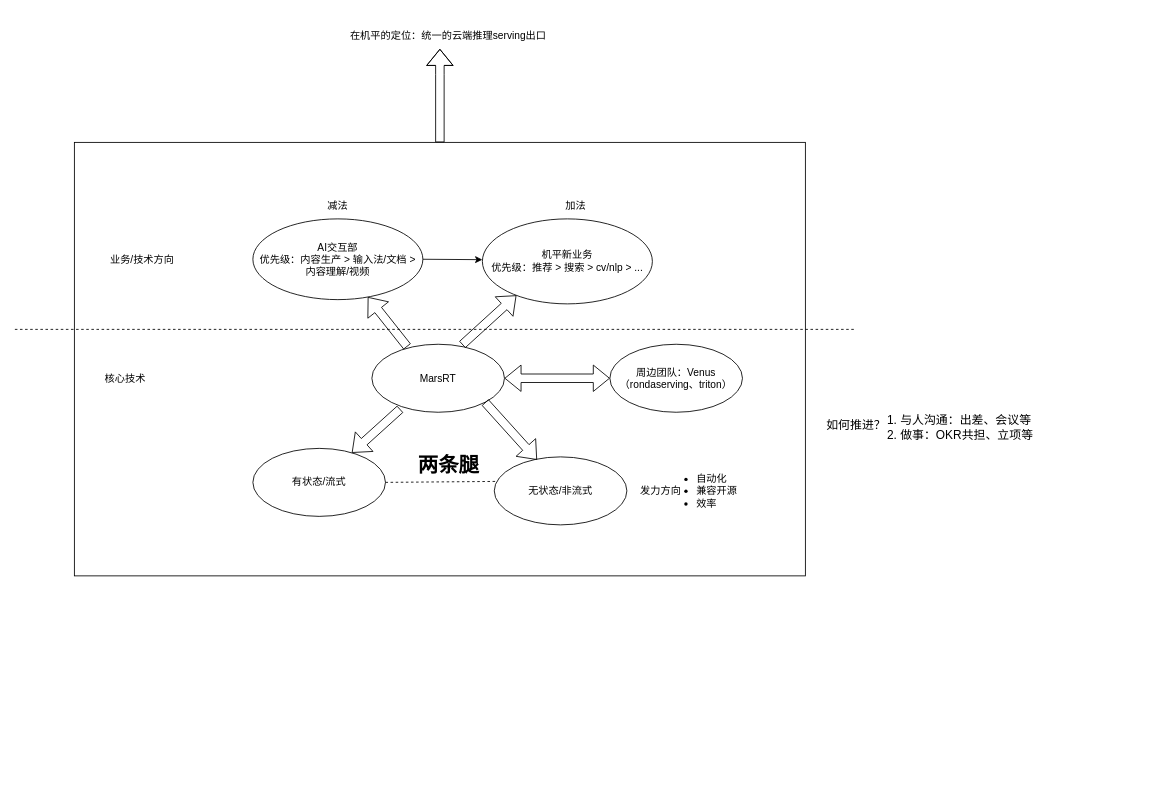
This is marsrt.drawio from wymhfut/on_the_way, a draw.io file, before an edit. Source tidied: cells renumbered, new cells numbered last; positions are measured from the earlier drawing's top-left corner, leaving out a move shared by most shapes. Both pictures are drawn from the tidied source at 85%, with x=0, y=0 at pixel (14, 23).
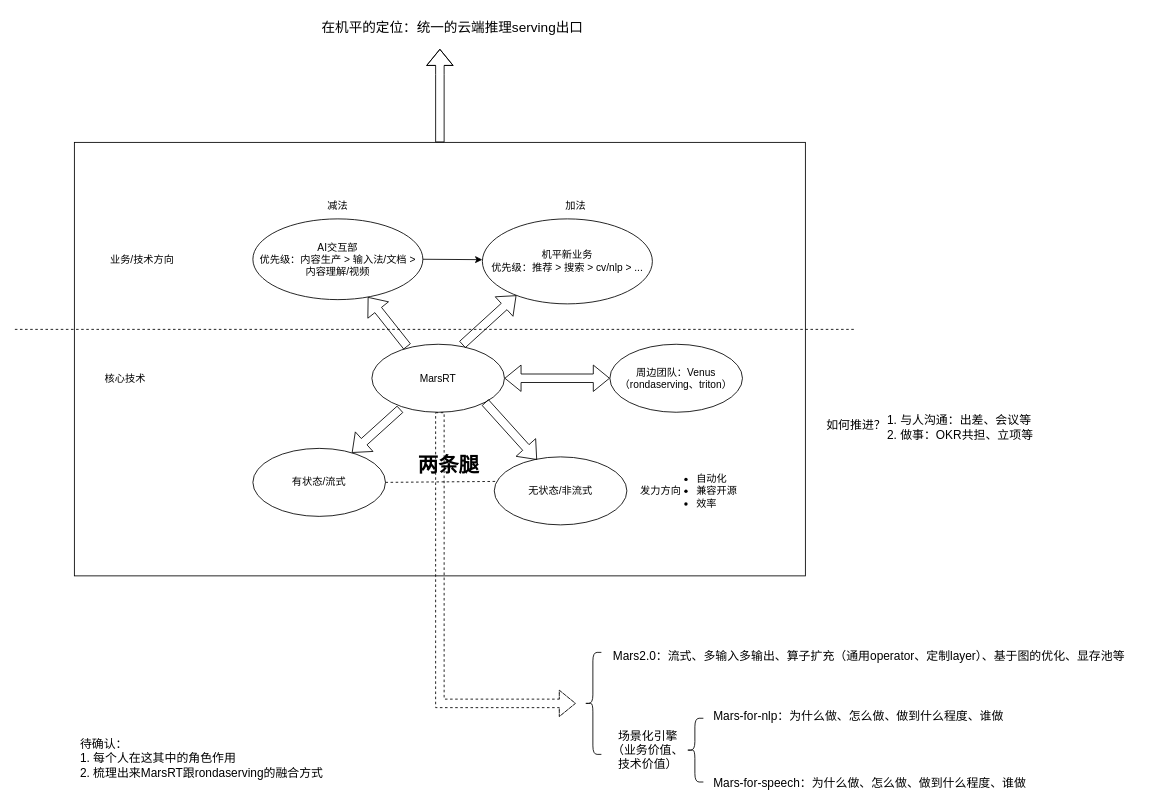
After the change.

What changed in the source:
```diff
@@
-    <mxCell id="24" value="在机平的定位：统一的云端推理serving出口" style="text;html=1;strokeColor=none;fillColor=none;align=center;verticalAlign=middle;whiteSpace=wrap;rounded=0;" parent="1" vertex="1">
-      <mxGeometry x="370" width="280" height="30" as="geometry" />
+    <mxCell id="24" value="&lt;font style=&quot;font-size: 16px&quot;&gt;在机平的定位：统一的云端推理serving出口&lt;/font&gt;" style="text;html=1;strokeColor=none;fillColor=none;align=center;verticalAlign=middle;whiteSpace=wrap;rounded=0;" parent="1" vertex="1">
+      <mxGeometry x="350" y="-10" width="330" height="30" as="geometry" />
     </mxCell>
@@
+    <mxCell id="28" style="edgeStyle=segmentEdgeStyle;endArrow=classic;html=1;rounded=0;fontSize=14;strokeWidth=1;shape=flexArrow;dashed=1;" parent="1" edge="1">
+      <mxGeometry relative="1" as="geometry">
+        <mxPoint x="500" y="457.5" as="sourcePoint" />
+        <mxPoint x="660" y="800" as="targetPoint" />
+        <Array as="points">
+          <mxPoint x="500" y="800" />
+        </Array>
+      </mxGeometry>
+    </mxCell>
+    <mxCell id="29" value="Mars2.0：流式、多输入多输出、算子扩充（通用operator、定制layer）、基于图的优化、显存池等" style="text;html=1;strokeColor=none;fillColor=none;align=center;verticalAlign=middle;whiteSpace=wrap;rounded=0;fontSize=14;" parent="1" vertex="1">
+      <mxGeometry x="690" y="730" width="630" height="30" as="geometry" />
+    </mxCell>
+    <mxCell id="30" value="&lt;div style=&quot;text-align: left&quot;&gt;&lt;span&gt;待确认：&lt;/span&gt;&lt;/div&gt;&lt;div style=&quot;text-align: left&quot;&gt;&lt;span&gt;1. 每个人在这其中的角色作用&lt;/span&gt;&lt;/div&gt;&lt;div style=&quot;text-align: left&quot;&gt;&lt;span&gt;2. 梳理出来MarsRT跟rondaserving的融合方式&lt;/span&gt;&lt;/div&gt;" style="text;html=1;strokeColor=none;fillColor=none;align=center;verticalAlign=middle;whiteSpace=wrap;rounded=0;fontSize=14;" parent="1" vertex="1">
+      <mxGeometry x="50" y="850" width="340" height="30" as="geometry" />
+    </mxCell>
+    <mxCell id="31" value="场景化引擎&lt;br&gt;&lt;font style=&quot;font-size: 14px&quot;&gt;（业务价值、技术价值）&lt;/font&gt;" style="text;html=1;strokeColor=none;fillColor=none;align=center;verticalAlign=middle;whiteSpace=wrap;rounded=0;fontSize=14;" parent="1" vertex="1">
+      <mxGeometry x="700" y="840" width="90" height="30" as="geometry" />
+    </mxCell>
+    <mxCell id="32" style="shape=curlyBracket;whiteSpace=wrap;html=1;rounded=1;fontSize=14;" parent="1" vertex="1">
+      <mxGeometry x="670" y="740" width="20" height="120" as="geometry" />
+    </mxCell>
+    <mxCell id="33" style="shape=curlyBracket;whiteSpace=wrap;html=1;rounded=1;fontSize=14;" parent="1" vertex="1">
+      <mxGeometry x="790" y="817.5" width="20" height="75" as="geometry" />
+    </mxCell>
+    <mxCell id="34" value="Mars-for-nlp：为什么做、怎么做、做到什么程度、谁做" style="text;html=1;strokeColor=none;fillColor=none;align=left;verticalAlign=middle;whiteSpace=wrap;rounded=0;fontSize=14;" parent="1" vertex="1">
+      <mxGeometry x="820" y="800" width="350" height="30" as="geometry" />
+    </mxCell>
+    <mxCell id="35" value="Mars-for-speech：为什么做、怎么做、做到什么程度、谁做" style="text;html=1;strokeColor=none;fillColor=none;align=left;verticalAlign=middle;whiteSpace=wrap;rounded=0;fontSize=14;" parent="1" vertex="1">
+      <mxGeometry x="820" y="879" width="390" height="30" as="geometry" />
+    </mxCell>
```
